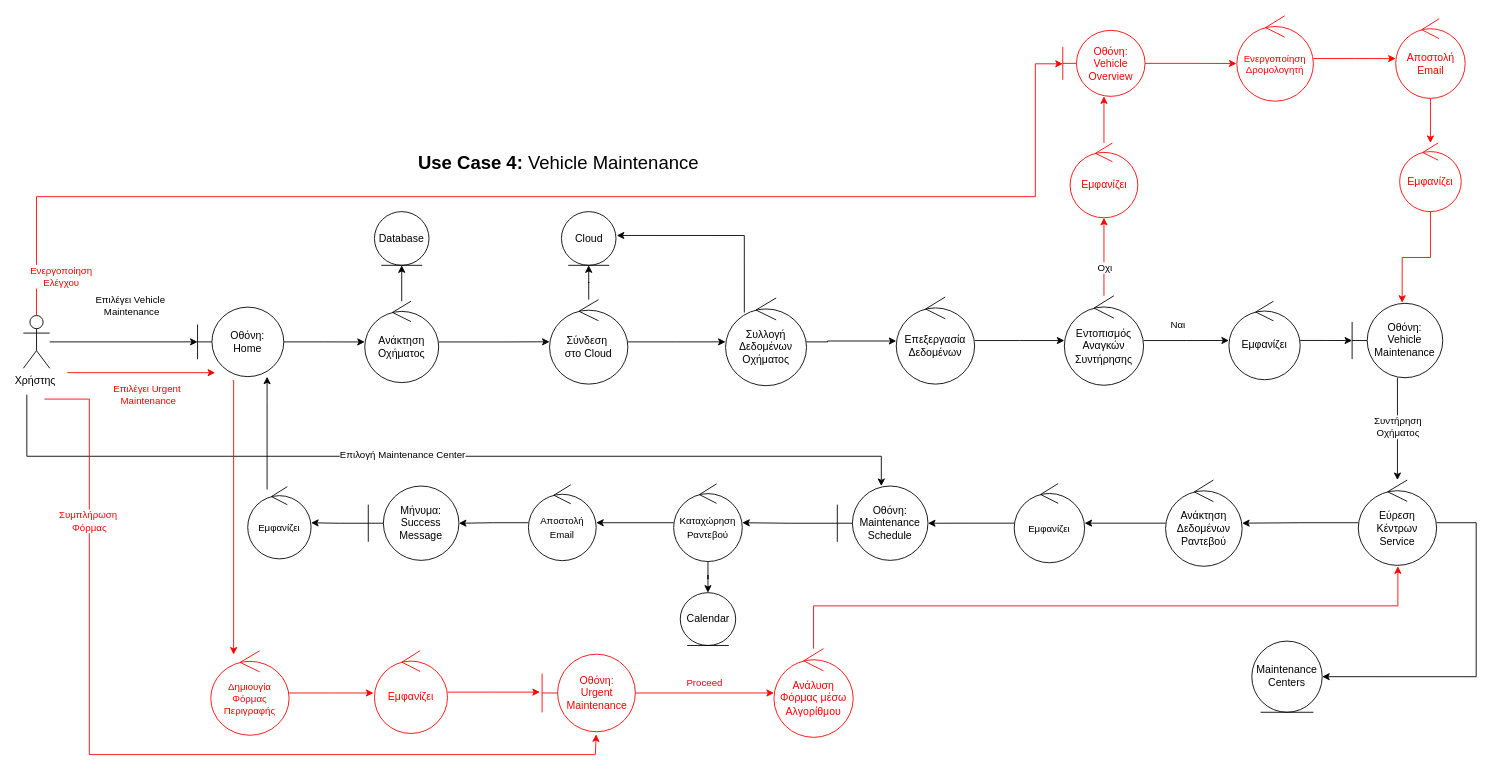
The draw.io diagram page "Use Case 4 Robustness" (4 of 9) of drawio/Robustness.drawio in ChristineGi/LeaseIt, before the edit. Source tidied: cells renumbered, new cells numbered last; positions are measured from the earlier drawing's top-left corner, leaving out a move shared by most shapes. Both pictures are drawn from the tidied source at 88%, with x=0, y=0 at pixel (23, 15).
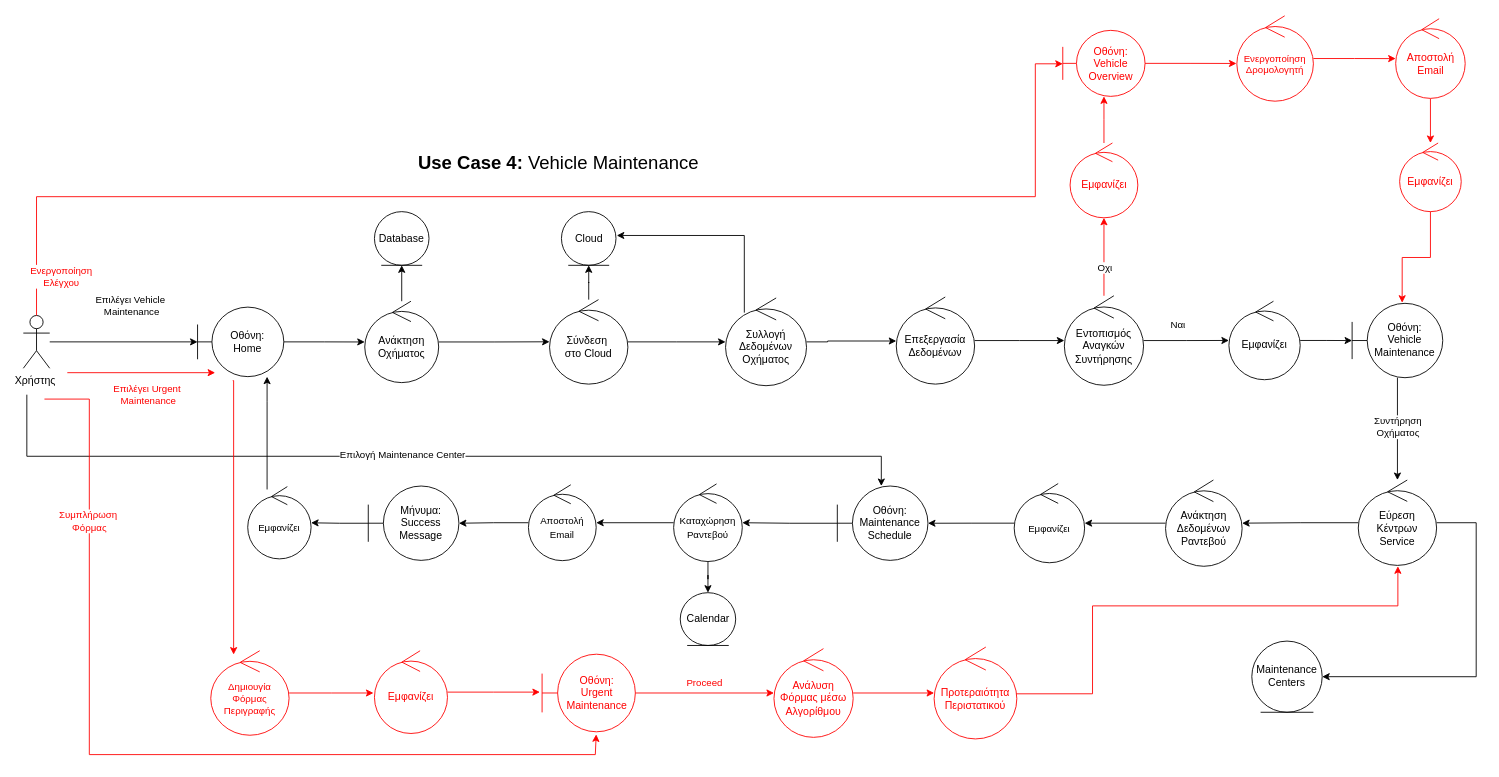
The same page after the edit.

The change refers to these unchanged cells:
```xml
<mxCell id="62" value="Ανάλυση Φόρμας μέσω&lt;div&gt;Αλγορίθμου&lt;/div&gt;" style="ellipse;shape=umlControl;whiteSpace=wrap;html=1;fontColor=#FF0000;strokeColor=#FF0000;" parent="1" vertex="1">
  <mxGeometry x="853" y="719.6" width="90" height="100.8" as="geometry" />
</mxCell>
```

What changed in the source:
```diff
@@
+    <mxCell id="77" style="edgeStyle=orthogonalEdgeStyle;rounded=0;jettySize=auto;html=1;strokeColor=#FF0000;" parent="1" edge="1" source="62" target="78">
+      <mxGeometry relative="1" as="geometry" />
+    </mxCell>
@@
-    <mxCell id="73" style="edgeStyle=orthogonalEdgeStyle;rounded=0;jettySize=auto;html=1;strokeColor=#FF0000;" parent="1" edge="1" source="62">
+    <mxCell id="73" style="edgeStyle=orthogonalEdgeStyle;rounded=0;jettySize=auto;html=1;strokeColor=#FF0000;exitX=0.987;exitY=0.509;exitDx=0;exitDy=0;exitPerimeter=0;" parent="1" edge="1" source="78">
       <mxGeometry relative="1" as="geometry">
         <mxPoint x="1562" y="626" as="targetPoint" />
         <Array as="points">
-          <mxPoint x="898" y="671" />
+          <mxPoint x="1215" y="771" />
+          <mxPoint x="1215" y="671" />
           <mxPoint x="1562" y="671" />
         </Array>
       </mxGeometry>
     </mxCell>
@@
+    <mxCell id="78" value="Προτεραιότητα&lt;div&gt;Περιστατικού&lt;/div&gt;" style="ellipse;shape=umlControl;whiteSpace=wrap;html=1;fontColor=#FF0000;strokeColor=#FF0000;" parent="1" vertex="1">
+      <mxGeometry x="1035" y="717.8" width="94" height="104.4" as="geometry" />
+    </mxCell>
```
